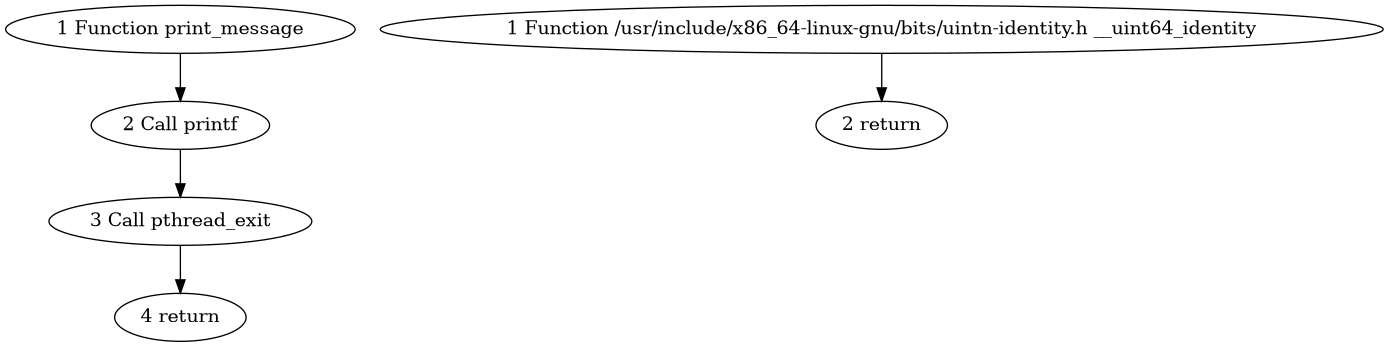
Before: build/graph_2.png, a diagram exported from Graphviz (JudeHill/EraserStatic). Its source is kept beside it as build/graph_2.dot.
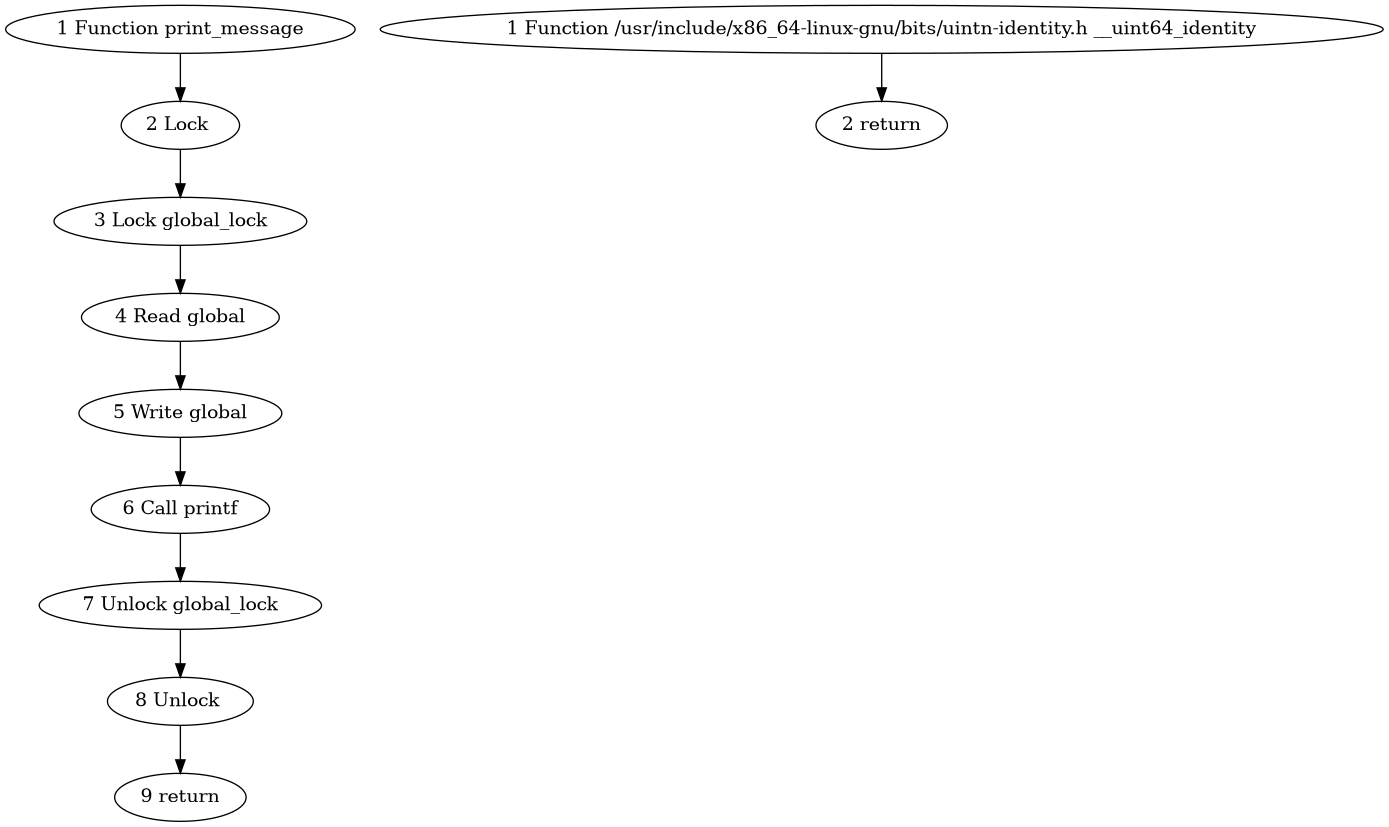
After the change.

Diff of the diagram source:
```diff
@@ -1,12 +1,22 @@
 digraph G {
-  gfsgbyokkr [label="1 Function print_message"];
-  wvsgbyokkr [label="2 Call printf"];
-  kbtgbyokkr [label="3 Call pthread_exit"];
-  kjpgbyokkr [label="4 return"];
-  odbcbyokkr [label="1 Function /usr/include/x86_64-linux-gnu/bits/uintn-identity.h __uint64_identity"];
-  iaccbyokkr [label="2 return"];
-  gfsgbyokkr -> wvsgbyokkr;
-  wvsgbyokkr -> kbtgbyokkr;
-  kbtgbyokkr -> kjpgbyokkr;
-  odbcbyokkr -> iaccbyokkr;
+  aiacqcbtir [label="1 Function print_message"];
+  wracqcbtir [label="2 Lock "];
+  ewacqcbtir [label="3 Lock global_lock"];
+  ghbcqcbtir [label="4 Read global"];
+  eebcqcbtir [label="5 Write global"];
+  olbcqcbtir [label="6 Call printf"];
+  isbcqcbtir [label="7 Unlock global_lock"];
+  iaccqcbtir [label="8 Unlock "];
+  kxwbqcbtir [label="9 return"];
+  orixpcbtir [label="1 Function /usr/include/x86_64-linux-gnu/bits/uintn-identity.h __uint64_identity"];
+  iojxpcbtir [label="2 return"];
+  aiacqcbtir -> wracqcbtir;
+  wracqcbtir -> ewacqcbtir;
+  ewacqcbtir -> ghbcqcbtir;
+  ghbcqcbtir -> eebcqcbtir;
+  eebcqcbtir -> olbcqcbtir;
+  olbcqcbtir -> isbcqcbtir;
+  isbcqcbtir -> iaccqcbtir;
+  iaccqcbtir -> kxwbqcbtir;
+  orixpcbtir -> iojxpcbtir;
 }
```
